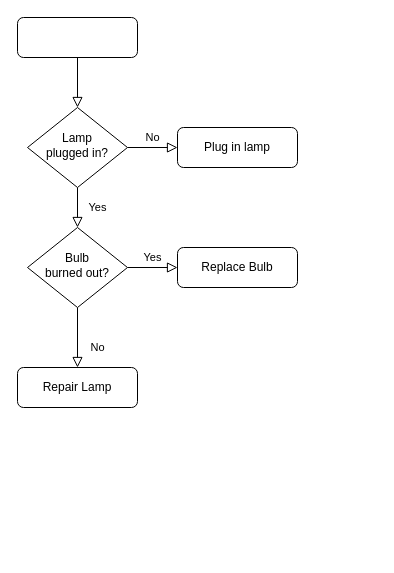
Above: 未命名绘图.drawio in hanwenjuan/test (draw.io), before the change. Source tidied: cells renumbered, new cells numbered last; positions are measured from the earlier drawing's top-left corner, leaving out a move shared by most shapes. Both pictures are drawn from the tidied source at 100%, with x=0, y=0 at pixel (17, 17).
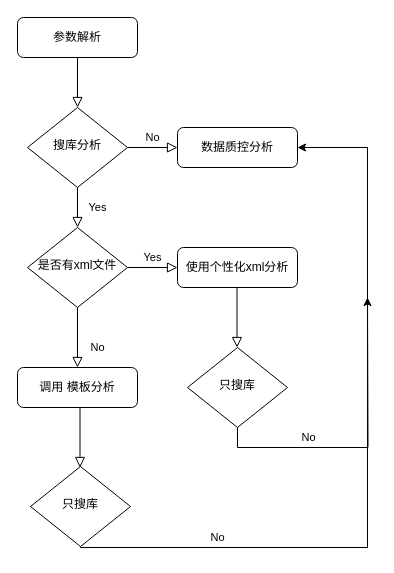
Above is the later version.

Commit message:
蛋白鉴定-流程.drawio

What changed in the source:
```diff
@@
-    <mxCell id="3" style="rounded=1;whiteSpace=wrap;html=1;fontSize=12;glass=0;strokeWidth=1;shadow=0;" parent="1" vertex="1">
+    <mxCell id="3" value="参数解析" style="rounded=1;whiteSpace=wrap;html=1;fontSize=12;glass=0;strokeWidth=1;shadow=0;" parent="1" vertex="1">
       <mxGeometry width="120" height="40" as="geometry" />
     </mxCell>
@@
-    <mxCell id="6" value="Lamp&lt;br&gt;plugged in?" style="rhombus;whiteSpace=wrap;html=1;shadow=0;fontFamily=Helvetica;fontSize=12;align=center;strokeWidth=1;spacing=6;spacingTop=-4;" parent="1" vertex="1">
+    <mxCell id="6" value="搜库分析" style="rhombus;whiteSpace=wrap;html=1;shadow=0;fontFamily=Helvetica;fontSize=12;align=center;strokeWidth=1;spacing=6;spacingTop=-4;" parent="1" vertex="1">
       <mxGeometry x="10" y="90" width="100" height="80" as="geometry" />
     </mxCell>
-    <mxCell id="7" value="Plug in lamp" style="rounded=1;whiteSpace=wrap;html=1;fontSize=12;glass=0;strokeWidth=1;shadow=0;" parent="1" vertex="1">
+    <mxCell id="7" value="数据质控分析" style="rounded=1;whiteSpace=wrap;html=1;fontSize=12;glass=0;strokeWidth=1;shadow=0;" parent="1" vertex="1">
       <mxGeometry x="160" y="110" width="120" height="40" as="geometry" />
     </mxCell>
@@
-    <mxCell id="10" value="Bulb&lt;br&gt;burned out?" style="rhombus;whiteSpace=wrap;html=1;shadow=0;fontFamily=Helvetica;fontSize=12;align=center;strokeWidth=1;spacing=6;spacingTop=-4;" parent="1" vertex="1">
+    <mxCell id="10" value="是否有xml文件" style="rhombus;whiteSpace=wrap;html=1;shadow=0;fontFamily=Helvetica;fontSize=12;align=center;strokeWidth=1;spacing=6;spacingTop=-4;" parent="1" vertex="1">
       <mxGeometry x="10" y="210" width="100" height="80" as="geometry" />
     </mxCell>
-    <mxCell id="11" value="Repair Lamp" style="rounded=1;whiteSpace=wrap;html=1;fontSize=12;glass=0;strokeWidth=1;shadow=0;" parent="1" vertex="1">
+    <mxCell id="11" value="调用 模板分析" style="rounded=1;whiteSpace=wrap;html=1;fontSize=12;glass=0;strokeWidth=1;shadow=0;" parent="1" vertex="1">
       <mxGeometry y="350" width="120" height="40" as="geometry" />
     </mxCell>
-    <mxCell id="12" value="Replace Bulb" style="rounded=1;whiteSpace=wrap;html=1;fontSize=12;glass=0;strokeWidth=1;shadow=0;" parent="1" vertex="1">
+    <mxCell id="12" value="使用个性化xml分析" style="rounded=1;whiteSpace=wrap;html=1;fontSize=12;glass=0;strokeWidth=1;shadow=0;" parent="1" vertex="1">
       <mxGeometry x="160" y="230" width="120" height="40" as="geometry" />
     </mxCell>
+    <mxCell id="13" style="edgeStyle=orthogonalEdgeStyle;rounded=0;jettySize=auto;html=1;entryX=1;entryY=0.5;entryDx=0;entryDy=0;" parent="1" edge="1" source="14" target="7">
+      <mxGeometry relative="1" as="geometry">
+        <Array as="points">
+          <mxPoint x="63" y="530" />
+          <mxPoint x="350" y="530" />
+          <mxPoint x="350" y="130" />
+        </Array>
+      </mxGeometry>
+    </mxCell>
+    <mxCell id="14" value="只搜库" style="rhombus;whiteSpace=wrap;html=1;shadow=0;fontFamily=Helvetica;fontSize=12;align=center;strokeWidth=1;spacing=6;spacingTop=-4;" parent="1" vertex="1">
+      <mxGeometry x="13" y="449" width="100" height="80" as="geometry" />
+    </mxCell>
+    <mxCell id="15" value="No" style="rounded=0;html=1;jettySize=auto;orthogonalLoop=1;fontSize=11;endArrow=block;endFill=0;endSize=8;strokeWidth=1;shadow=0;labelBackgroundColor=none;edgeStyle=orthogonalEdgeStyle;" parent="1" edge="1">
+      <mxGeometry x="1" y="114" relative="1" as="geometry">
+        <mxPoint x="219.5" y="270" as="sourcePoint" />
+        <mxPoint x="219.5" y="330" as="targetPoint" />
+        <mxPoint x="-43" y="90" as="offset" />
+      </mxGeometry>
+    </mxCell>
+    <mxCell id="16" style="edgeStyle=orthogonalEdgeStyle;rounded=0;jettySize=auto;html=1;exitX=0.5;exitY=1;exitDx=0;exitDy=0;" parent="1" edge="1" source="17">
+      <mxGeometry relative="1" as="geometry">
+        <mxPoint x="350" y="280" as="targetPoint" />
+      </mxGeometry>
+    </mxCell>
+    <mxCell id="17" value="只搜库" style="rhombus;whiteSpace=wrap;html=1;shadow=0;fontFamily=Helvetica;fontSize=12;align=center;strokeWidth=1;spacing=6;spacingTop=-4;" parent="1" vertex="1">
+      <mxGeometry x="170" y="330" width="100" height="80" as="geometry" />
+    </mxCell>
+    <mxCell id="18" value="No" style="rounded=0;html=1;jettySize=auto;orthogonalLoop=1;fontSize=11;endArrow=block;endFill=0;endSize=8;strokeWidth=1;shadow=0;labelBackgroundColor=none;edgeStyle=orthogonalEdgeStyle;" parent="1" edge="1">
+      <mxGeometry x="1" y="154" relative="1" as="geometry">
+        <mxPoint x="62.5" y="390" as="sourcePoint" />
+        <mxPoint x="62.5" y="450" as="targetPoint" />
+        <mxPoint x="-17" y="70" as="offset" />
+      </mxGeometry>
+    </mxCell>
```
